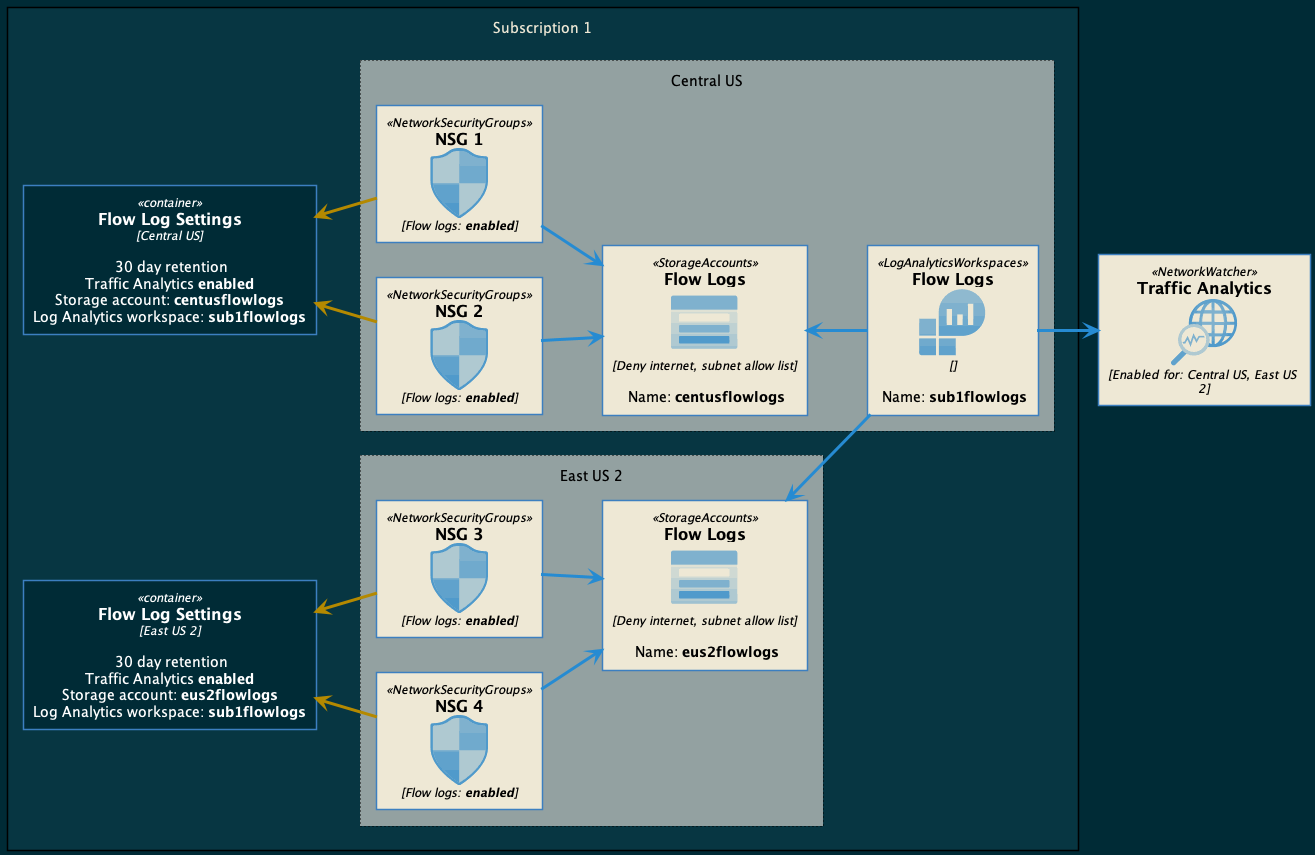
Before: media/traffic-analytics.png, a diagram exported from PlantUML (travisnielsen/trafficanalytics).
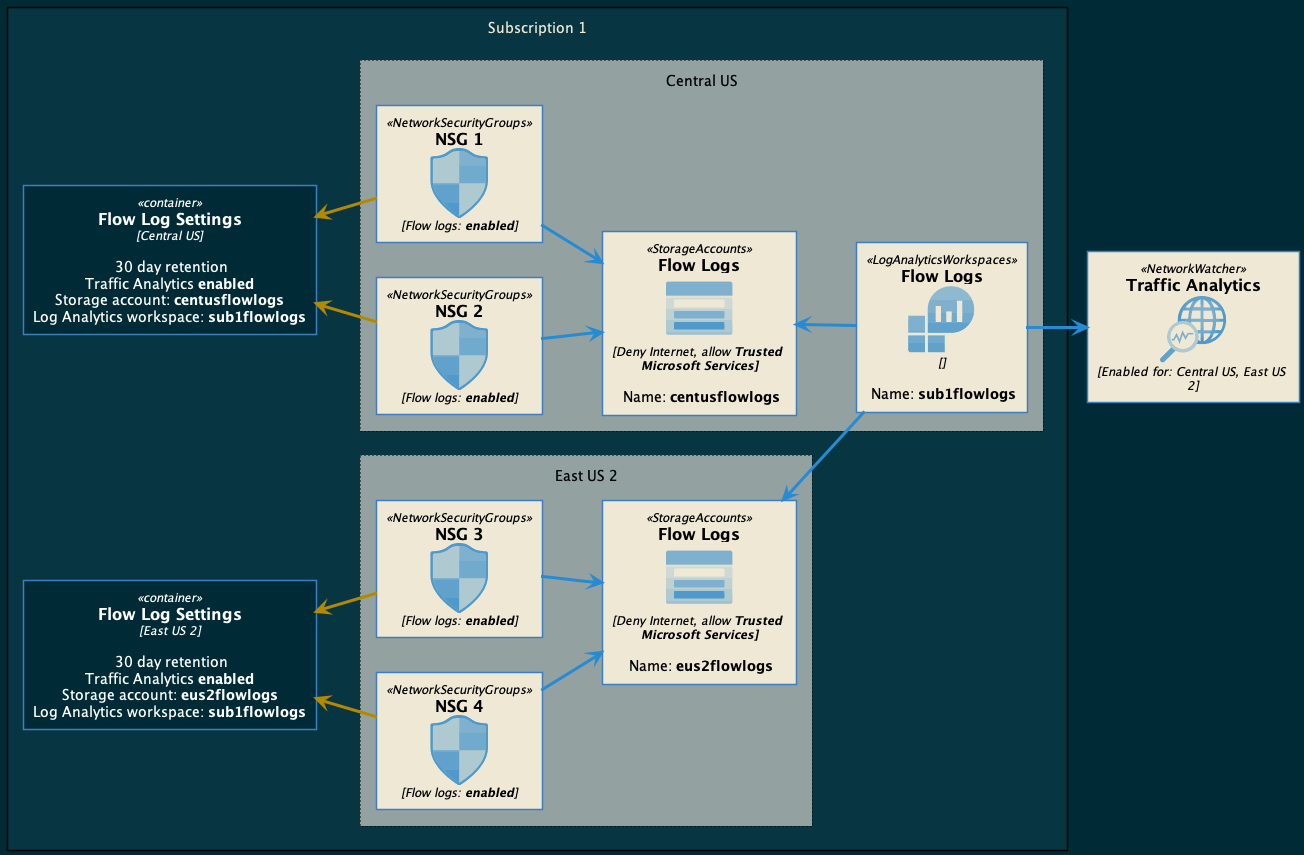
After the change.

Commit message:
update storage account firewall settings

The edit, as a diff of the source:
```diff
@@ -42,11 +42,11 @@
     Rectangle "Central US" <<region>> as centralus #line.dotted {
         NetworkSecurityGroups(nsg1, "NSG 1","Flow logs: <b>enabled</b>")
         NetworkSecurityGroups(nsg2, "NSG 2","Flow logs: <b>enabled</b>")
-        StorageAccounts(storage1, "Flow Logs", "Deny internet, subnet allow list", "Name: <b>centusflowlogs</b>")
+        StorageAccounts(storage1, "Flow Logs", "Deny Internet, allow <b>Trusted Microsoft Services<b>", "Name: <b>centusflowlogs</b>")
         nsg1 -[#268bd2]-> storage1
         nsg2 -[#268bd2]-> storage1
 
-            LogAnalyticsWorkspaces(logs, "Flow Logs", "", "Name: <b>sub1flowlogs</b>")
+        LogAnalyticsWorkspaces(logs, "Flow Logs", "", "Name: <b>sub1flowlogs</b>")
     }
 
     flowLogSettingsCentralUS <-[#b48900]- nsg1
@@ -57,7 +57,7 @@
     Rectangle "East US 2" <<region>> as eus2 #line.dotted {
         NetworkSecurityGroups(nsg3, "NSG 3","Flow logs: <b>enabled</b>")
         NetworkSecurityGroups(nsg4, "NSG 4","Flow logs: <b>enabled</b>")
-        StorageAccounts(storage2, "Flow Logs", "Deny internet, subnet allow list", "Name: <b>eus2flowlogs</b>")
+        StorageAccounts(storage2, "Flow Logs", "Deny Internet, allow <b>Trusted Microsoft Services<b>", "Name: <b>eus2flowlogs</b>")
         nsg3 -[#268bd2]-> storage2
         nsg4 -[#268bd2]-> storage2
     }
```
